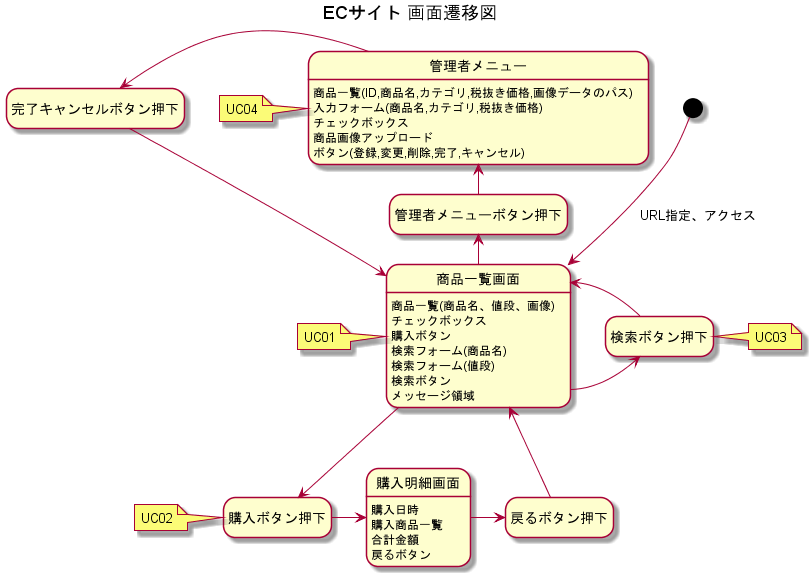
The PlantUML diagram UseCase/ECサイト 画面遷移図.png in wnakayama/ojt_ecsite, before a commit.
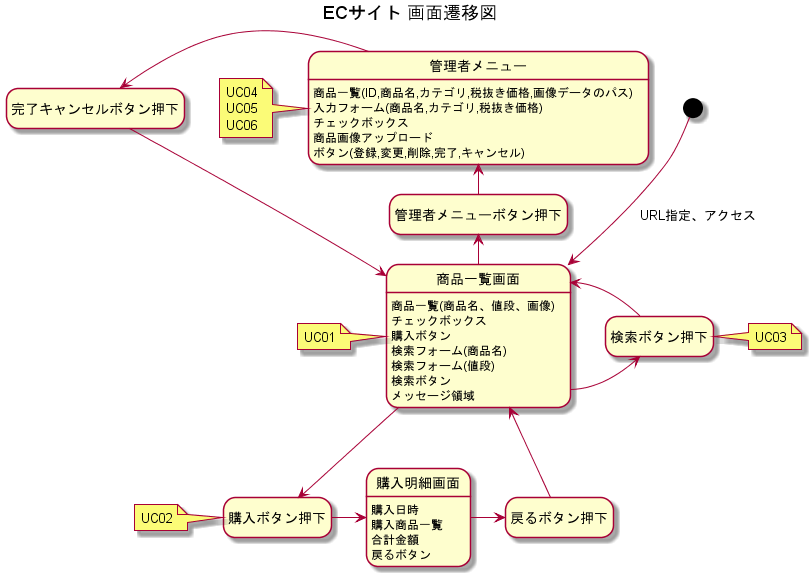
The same diagram one commit later.

The edit, as a diff of the source:
```diff
@@ -47,5 +47,7 @@
 
 note left of 管理者メニュー
 UC04
+UC05
+UC06
 end note
 @enduml
```
